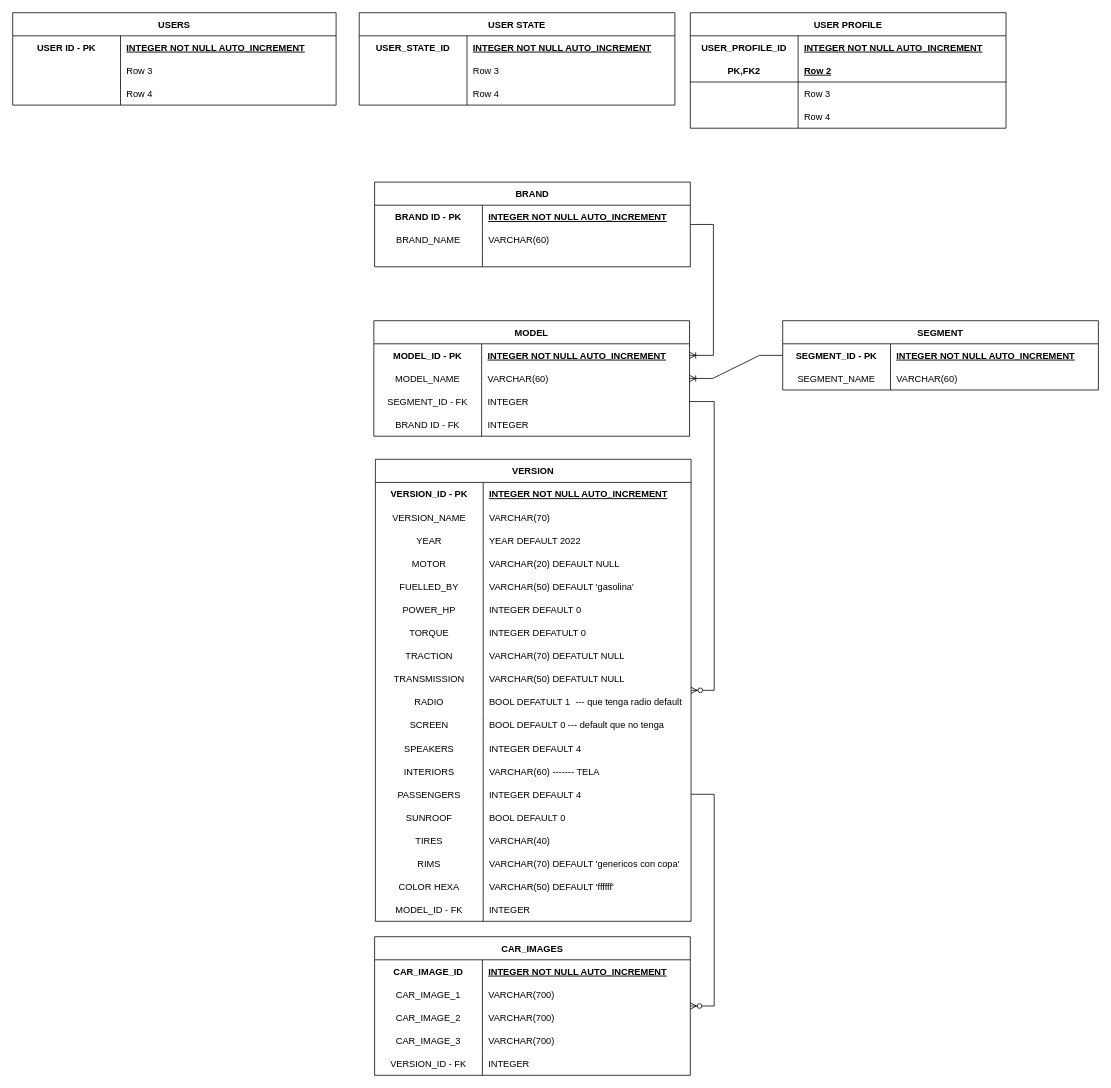
Above: Untitled Diagram.drawio in agustinvergara/car-app-backend (draw.io), before the change. Source tidied: cells renumbered, new cells numbered last; positions are measured from the earlier drawing's top-left corner, leaving out a move shared by most shapes. Both pictures are drawn from the tidied source at 77%, with x=0, y=0 at pixel (12, 12).
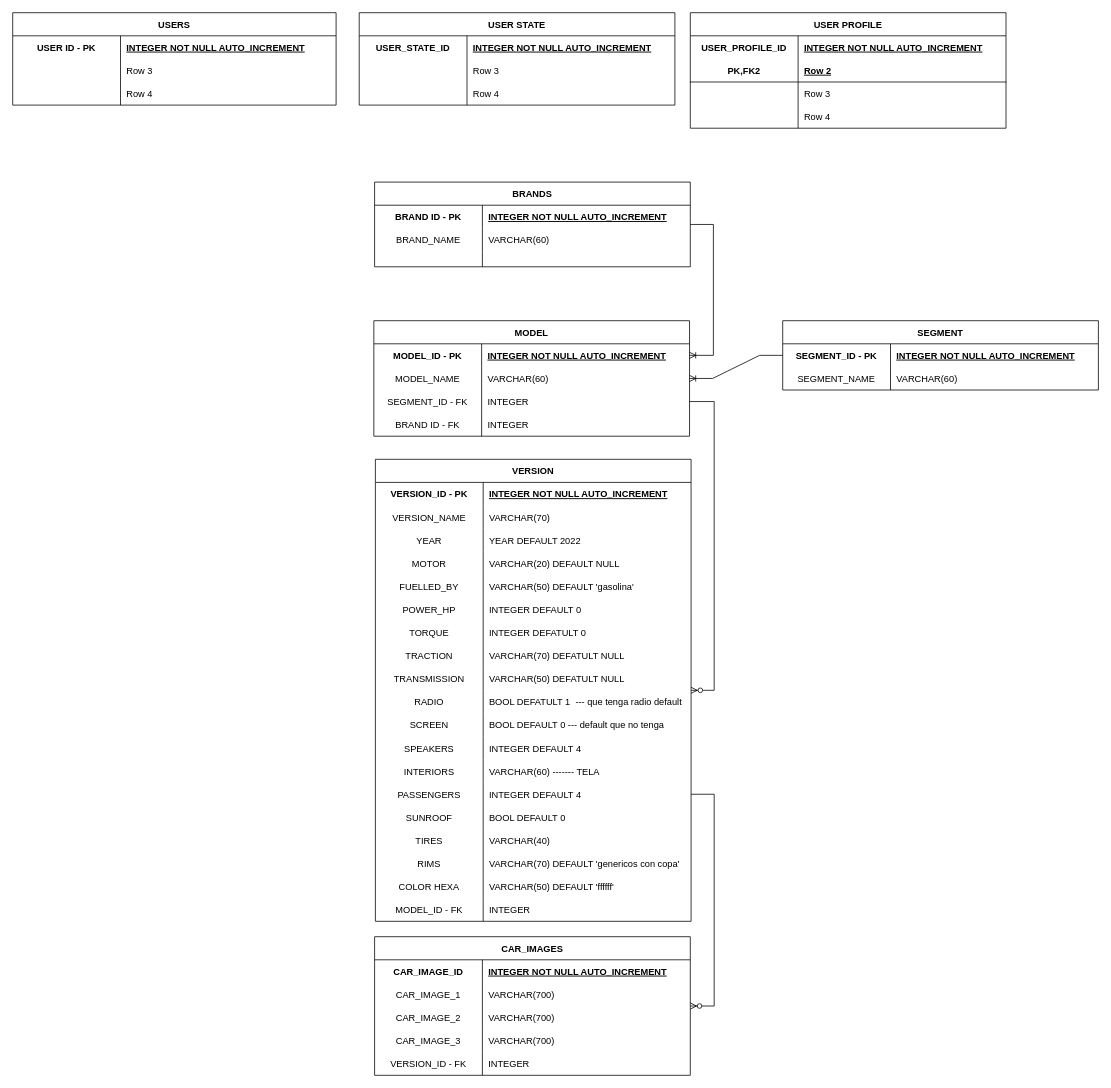
Above is the later version.

The edit, as a diff of the source:
```diff
@@
-    <mxCell id="35" value="BRAND" style="shape=table;startSize=30;childLayout=tableLayout;rowLines=0;fontStyle=1;align=center;" parent="1" vertex="1">
+    <mxCell id="35" value="BRANDS" style="shape=table;startSize=30;childLayout=tableLayout;rowLines=0;fontStyle=1;align=center;" parent="1" vertex="1">
       <mxGeometry x="470" y="220" width="410" height="110" as="geometry" />
     </mxCell>
```
